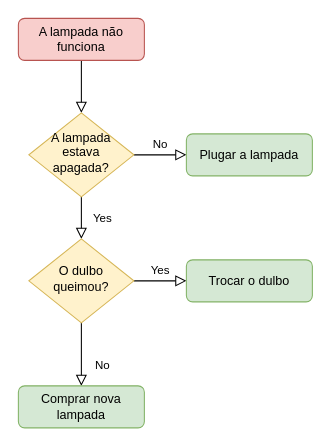
Earlier version of the draw.io diagram Diagrama sem nome.drawio (JJViktOR/jjviktor). Source tidied: cells renumbered, new cells numbered last; positions are measured from the earlier drawing's top-left corner, leaving out a move shared by most shapes. Both pictures are drawn from the tidied source at 105%, with x=0, y=0 at pixel (18, 18).
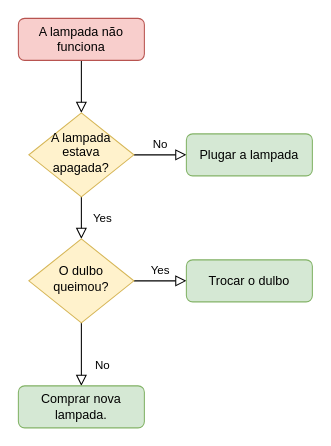
Above is the later version.

Change to the diagram source:
```diff
@@
 <mxGraphModel>
   <root>
     <mxCell id="0" />
     <mxCell id="1" parent="0" />
     <mxCell id="2" style="rounded=0;html=1;jettySize=auto;fontSize=11;endArrow=block;endFill=0;endSize=8;strokeWidth=1;shadow=0;labelBackgroundColor=none;edgeStyle=orthogonalEdgeStyle;" parent="1" edge="1" source="3" target="6">
       <mxGeometry relative="1" as="geometry" />
     </mxCell>
     <mxCell id="3" value="A lampada não funciona" style="rounded=1;whiteSpace=wrap;html=1;fontSize=12;glass=0;strokeWidth=1;shadow=0;fillColor=#f8cecc;strokeColor=#b85450;" parent="1" vertex="1">
       <mxGeometry width="120" height="40" as="geometry" />
     </mxCell>
     <mxCell id="4" value="Yes" style="rounded=0;html=1;jettySize=auto;fontSize=11;endArrow=block;endFill=0;endSize=8;strokeWidth=1;shadow=0;labelBackgroundColor=none;edgeStyle=orthogonalEdgeStyle;" parent="1" edge="1" source="6" target="10">
       <mxGeometry y="20" relative="1" as="geometry" />
     </mxCell>
     <mxCell id="5" value="No" style="edgeStyle=orthogonalEdgeStyle;rounded=0;html=1;jettySize=auto;fontSize=11;endArrow=block;endFill=0;endSize=8;strokeWidth=1;shadow=0;labelBackgroundColor=none;" parent="1" edge="1" source="6" target="7">
       <mxGeometry y="10" relative="1" as="geometry" />
     </mxCell>
     <mxCell id="6" value="A lampada estava apagada?" style="rhombus;whiteSpace=wrap;html=1;shadow=0;fontFamily=Helvetica;fontSize=12;align=center;strokeWidth=1;spacing=6;spacingTop=-4;fillColor=#fff2cc;strokeColor=#d6b656;" parent="1" vertex="1">
       <mxGeometry x="10" y="90" width="100" height="80" as="geometry" />
     </mxCell>
     <mxCell id="7" value="Plugar a lampada" style="rounded=1;whiteSpace=wrap;html=1;fontSize=12;glass=0;strokeWidth=1;shadow=0;fillColor=#d5e8d4;strokeColor=#82b366;" parent="1" vertex="1">
       <mxGeometry x="160" y="110" width="120" height="40" as="geometry" />
     </mxCell>
     <mxCell id="8" value="No" style="rounded=0;html=1;jettySize=auto;fontSize=11;endArrow=block;endFill=0;endSize=8;strokeWidth=1;shadow=0;labelBackgroundColor=none;edgeStyle=orthogonalEdgeStyle;" parent="1" edge="1" source="10" target="11">
       <mxGeometry x="0.33" y="20" relative="1" as="geometry" />
     </mxCell>
     <mxCell id="9" value="Yes" style="edgeStyle=orthogonalEdgeStyle;rounded=0;html=1;jettySize=auto;fontSize=11;endArrow=block;endFill=0;endSize=8;strokeWidth=1;shadow=0;labelBackgroundColor=none;" parent="1" edge="1" source="10" target="12">
       <mxGeometry y="10" relative="1" as="geometry" />
     </mxCell>
     <mxCell id="10" value="O dulbo queimou?" style="rhombus;whiteSpace=wrap;html=1;shadow=0;fontFamily=Helvetica;fontSize=12;align=center;strokeWidth=1;spacing=6;spacingTop=-4;fillColor=#fff2cc;strokeColor=#d6b656;" parent="1" vertex="1">
       <mxGeometry x="10" y="210" width="100" height="80" as="geometry" />
     </mxCell>
-    <mxCell id="11" value="Comprar nova lampada" style="rounded=1;whiteSpace=wrap;html=1;fontSize=12;glass=0;strokeWidth=1;shadow=0;fillColor=#d5e8d4;strokeColor=#82b366;" parent="1" vertex="1">
+    <mxCell id="11" value="Comprar nova lampada." style="rounded=1;whiteSpace=wrap;html=1;fontSize=12;glass=0;strokeWidth=1;shadow=0;fillColor=#d5e8d4;strokeColor=#82b366;" parent="1" vertex="1">
       <mxGeometry y="350" width="120" height="40" as="geometry" />
     </mxCell>
     <mxCell id="12" value="Trocar o dulbo" style="rounded=1;whiteSpace=wrap;html=1;fontSize=12;glass=0;strokeWidth=1;shadow=0;fillColor=#d5e8d4;strokeColor=#82b366;" parent="1" vertex="1">
       <mxGeometry x="160" y="230" width="120" height="40" as="geometry" />
     </mxCell>
   </root>
 </mxGraphModel>
```
